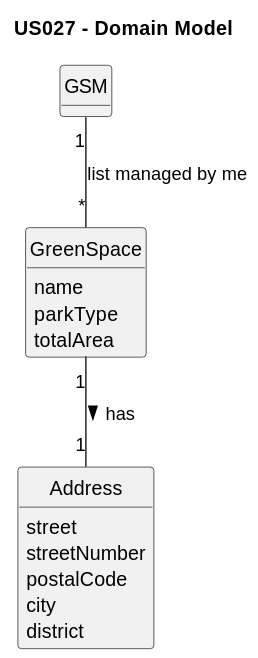
This is docs/sprintC/us027/02.analysis/svg/us027-domain-model.svg from Rui-San/LAPR2_2023_2024, a PlantUML export, as it was before one commit.
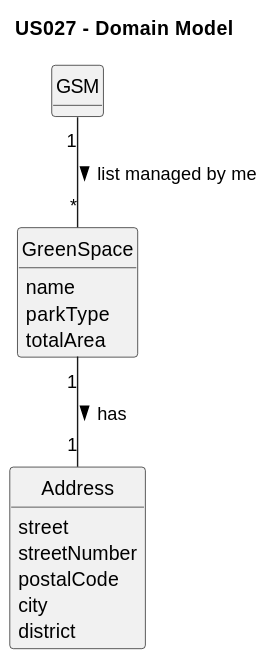
The same file after the commit.

Diff of the diagram source:
```diff
@@ -28,6 +28,6 @@
     district
 }
 
-GSM "1" -- "*" GreenSpace : "list managed by me"
+GSM "1" -- "*" GreenSpace : "list managed by me >"
 GreenSpace "1" -- "1" Address : "has >"
 @enduml
```
